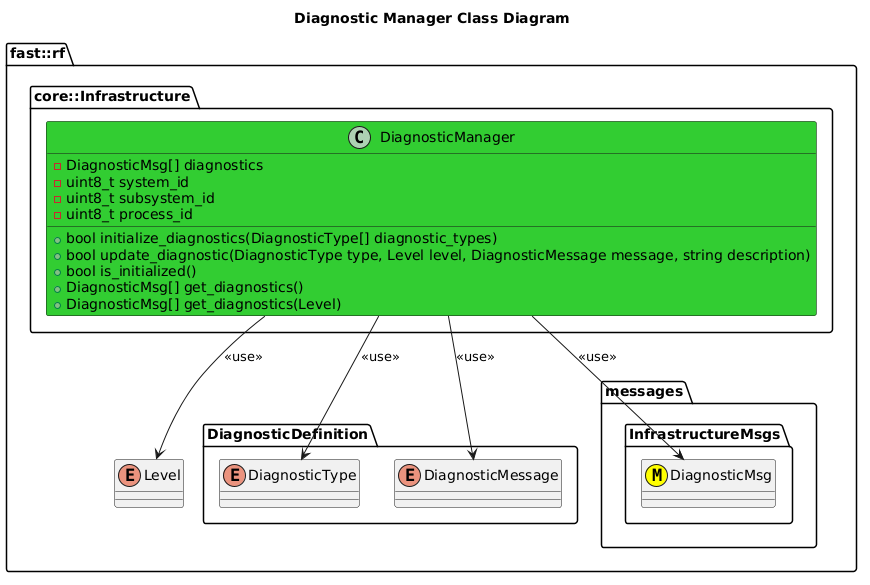
Earlier version of the PlantUML export include/Infrastructure/DiagnosticManager/doc/puml/DiagnosticManagerClassDiagram.png (fastrobotics/robot_framework).
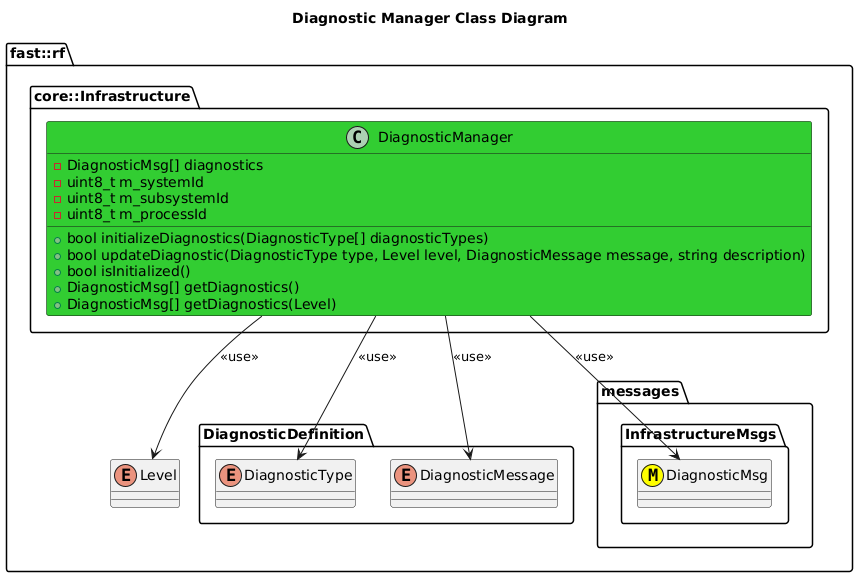
The same diagram one commit later.

Diff of the diagram source:
```diff
@@ -13,15 +13,15 @@
     }
     namespace core::Infrastructure {
         class DiagnosticManager #LimeGreen {
-            +bool initialize_diagnostics(DiagnosticType[] diagnostic_types)
-            +bool update_diagnostic(DiagnosticType type, Level level, DiagnosticMessage message, string description)
-            +bool is_initialized()
-            +DiagnosticMsg[] get_diagnostics()
-            +DiagnosticMsg[] get_diagnostics(Level)
+            +bool initializeDiagnostics(DiagnosticType[] diagnosticTypes)
+            +bool updateDiagnostic(DiagnosticType type, Level level, DiagnosticMessage message, string description)
+            +bool isInitialized()
+            +DiagnosticMsg[] getDiagnostics()
+            +DiagnosticMsg[] getDiagnostics(Level)
             -DiagnosticMsg[] diagnostics
-            -uint8_t system_id
-            -uint8_t subsystem_id
-            -uint8_t process_id
+            -uint8_t m_systemId
+            -uint8_t m_subsystemId
+            -uint8_t m_processId
         }
         DiagnosticManager --> DiagnosticMsg: <<use>>
         DiagnosticManager --> DiagnosticType: <<use>>
```
